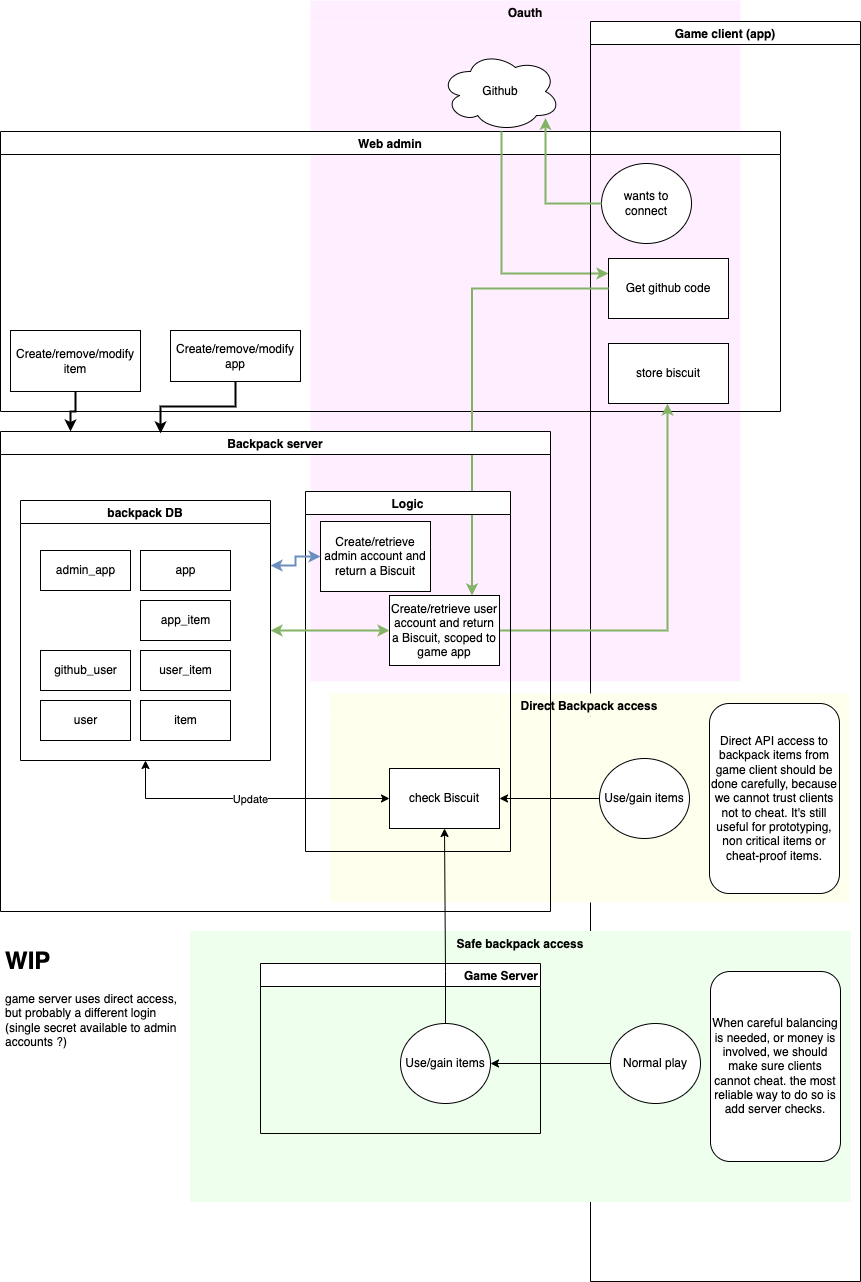
Earlier version of the draw.io export Docs/Backpack.drawio.png (Vrixyz/backpack). Source tidied: cells renumbered, new cells last; positions are measured from the earlier drawing's top-left corner, leaving out a move shared by most shapes.
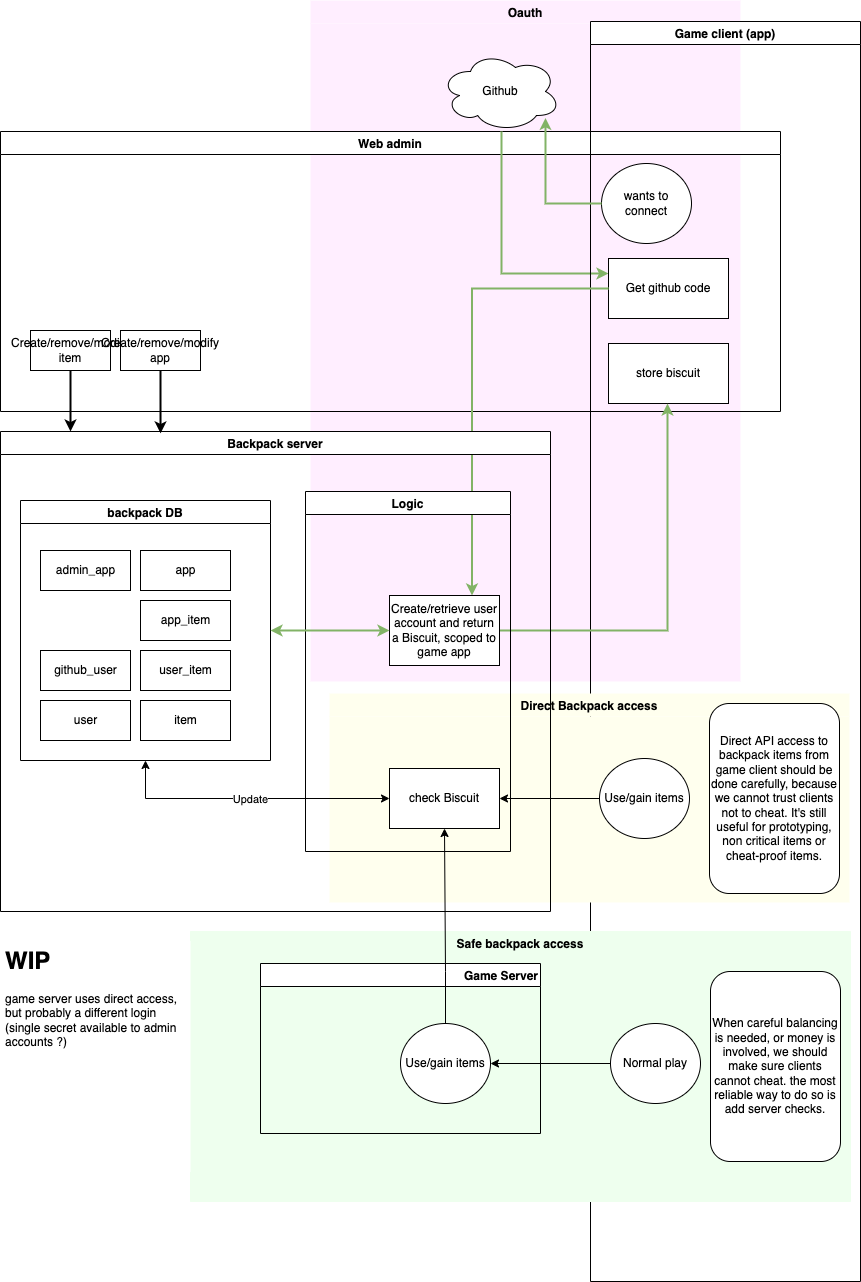
The same file after the commit.

Commit message:
background on diagram

Diff of the diagram source:
```diff
@@ -12,10 +12,10 @@
       <mxGeometry y="131" width="780" height="280" as="geometry" />
     </mxCell>
     <mxCell id="5" value="Create/remove/modify item" style="whiteSpace=wrap;html=1;rounded=0;" parent="4" vertex="1">
-      <mxGeometry x="10" y="199" width="130" height="61" as="geometry" />
+      <mxGeometry x="30" y="199" width="80" height="40" as="geometry" />
     </mxCell>
     <mxCell id="6" value="Create/remove/modify app" style="whiteSpace=wrap;html=1;rounded=0;" parent="4" vertex="1">
-      <mxGeometry x="170" y="199" width="130" height="51" as="geometry" />
+      <mxGeometry x="120" y="199" width="80" height="40" as="geometry" />
     </mxCell>
     <mxCell id="7" style="edgeStyle=orthogonalEdgeStyle;rounded=0;jettySize=auto;html=1;entryX=0;entryY=0.25;entryDx=0;entryDy=0;fillColor=#d5e8d4;strokeColor=#82b366;strokeWidth=2;" parent="1" edge="1" source="3" target="11">
       <mxGeometry relative="1" as="geometry">
@@ -116,25 +116,19 @@
     <mxCell id="35" value="Logic" style="swimlane;" parent="26" vertex="1">
       <mxGeometry x="305" y="60" width="205" height="360" as="geometry" />
     </mxCell>
-    <mxCell id="36" value="Create/retrieve admin account and return a Biscuit" style="rounded=0;whiteSpace=wrap;html=1;" parent="35" vertex="1">
-      <mxGeometry x="15" y="30" width="110" height="70" as="geometry" />
-    </mxCell>
     <mxCell id="37" value="Create/retrieve user account and return a Biscuit, scoped to game app" style="rounded=0;whiteSpace=wrap;html=1;" parent="35" vertex="1">
       <mxGeometry x="84" y="104" width="110" height="70" as="geometry" />
     </mxCell>
     <mxCell id="38" style="edgeStyle=orthogonalEdgeStyle;rounded=0;jettySize=auto;html=1;exitX=0;exitY=0.5;exitDx=0;exitDy=0;entryX=1;entryY=0.5;entryDx=0;entryDy=0;startArrow=classic;startFill=1;fillColor=#d5e8d4;strokeColor=#82b366;strokeWidth=2;" parent="26" edge="1" source="37" target="27">
       <mxGeometry relative="1" as="geometry" />
     </mxCell>
-    <mxCell id="39" style="edgeStyle=orthogonalEdgeStyle;rounded=0;jettySize=auto;html=1;exitX=0;exitY=0.5;exitDx=0;exitDy=0;entryX=1;entryY=0.25;entryDx=0;entryDy=0;strokeWidth=2;startArrow=classic;startFill=1;fillColor=#dae8fc;strokeColor=#6c8ebf;" parent="26" edge="1" source="36" target="27">
-      <mxGeometry relative="1" as="geometry" />
-    </mxCell>
     <mxCell id="40" style="edgeStyle=orthogonalEdgeStyle;rounded=0;jettySize=auto;html=1;entryX=0.5;entryY=1;entryDx=0;entryDy=0;startArrow=classic;startFill=1;" parent="1" edge="1" source="24" target="27">
       <mxGeometry relative="1" as="geometry" />
     </mxCell>
     <mxCell id="41" value="Update" style="edgeLabel;html=1;align=center;verticalAlign=middle;" parent="40" vertex="1">
       <mxGeometry relative="1" as="geometry" />
     </mxCell>
-    <mxCell id="42" value="&lt;h1&gt;WIP&lt;/h1&gt;&lt;p&gt;game server uses direct access, but probably a different login (single secret available to admin accounts ?)&lt;/p&gt;&lt;p&gt;&lt;br&gt;&lt;/p&gt;" style="text;html=1;strokeColor=none;fillColor=none;spacing=5;spacingTop=-20;whiteSpace=wrap;overflow=hidden;rounded=0;labelBackgroundColor=none;fillStyle=auto;" parent="1" vertex="1">
+    <mxCell id="42" value="&lt;h1&gt;WIP&lt;/h1&gt;&lt;div&gt;&lt;p&gt;game server uses direct access, but probably a different login (single secret available to admin accounts ?)&lt;/p&gt;&lt;/div&gt;&lt;p&gt;&lt;br&gt;&lt;/p&gt;" style="text;html=1;strokeColor=none;fillColor=default;spacing=5;spacingTop=-20;whiteSpace=wrap;overflow=hidden;rounded=0;labelBackgroundColor=none;fillStyle=auto;" parent="1" vertex="1">
       <mxGeometry y="941" width="190" height="230" as="geometry" />
     </mxCell>
     <mxCell id="43" style="edgeStyle=orthogonalEdgeStyle;rounded=0;jettySize=auto;html=1;entryX=0.5;entryY=1;entryDx=0;entryDy=0;startArrow=none;startFill=0;" parent="1" edge="1" source="20" target="24">
```
